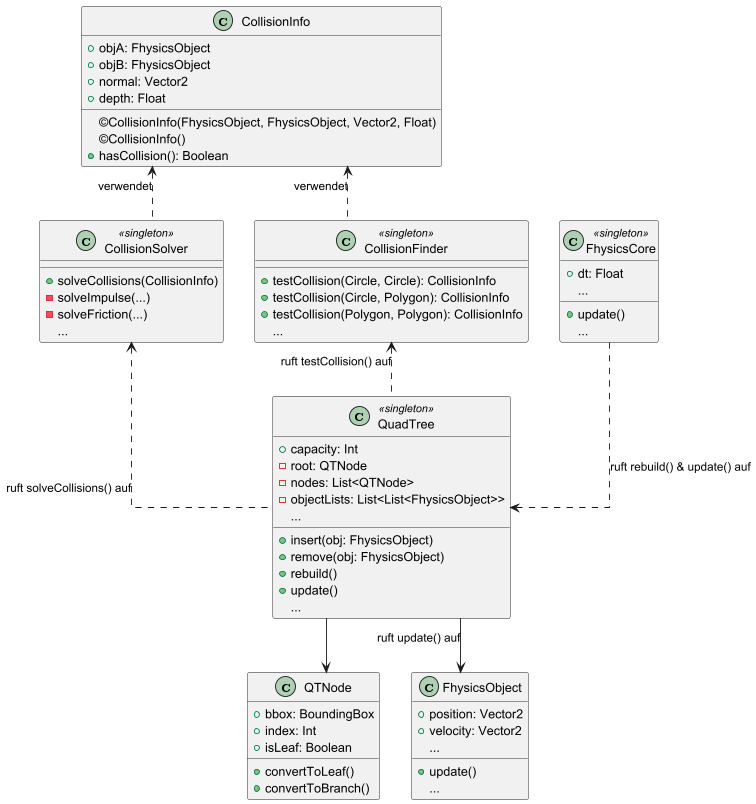
The PlantUML diagram diagrams/simplified-de.png in OfficerYoda/Fhysics, before a commit.
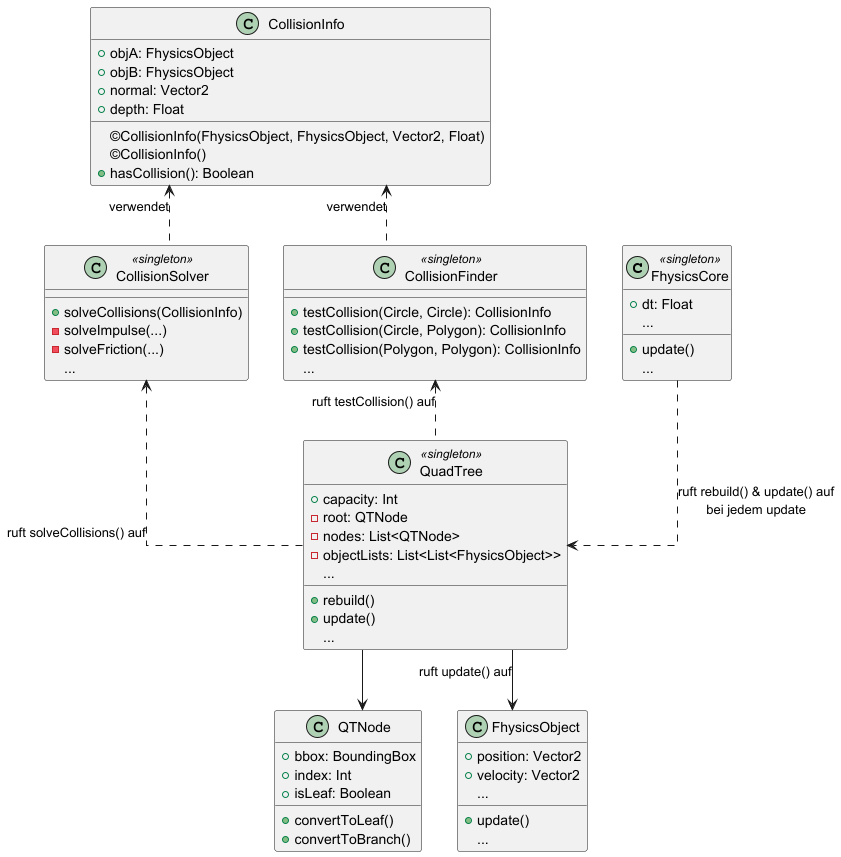
After the change.

Commit message:
created simplified-en diagram

Change to the diagram source:
```diff
@@ -15,8 +15,6 @@
     - nodes: List<QTNode>
     - objectLists: List<List<FhysicsObject>>
     {field} ...
-    + insert(obj: FhysicsObject)
-    + remove(obj: FhysicsObject)
     + rebuild()
     + update()
     {method} ...
@@ -62,7 +60,7 @@
     {method} ...
 }
 
-FhysicsCore ..> QuadTree : ruft rebuild() & update() auf
+FhysicsCore ..> QuadTree : ruft rebuild() & update() auf\nbei jedem update
 QuadTree --> QTNode
 QuadTree --> FhysicsObject: ruft update() auf
 QuadTree .u.> CollisionFinder : ruft testCollision() auf
```
